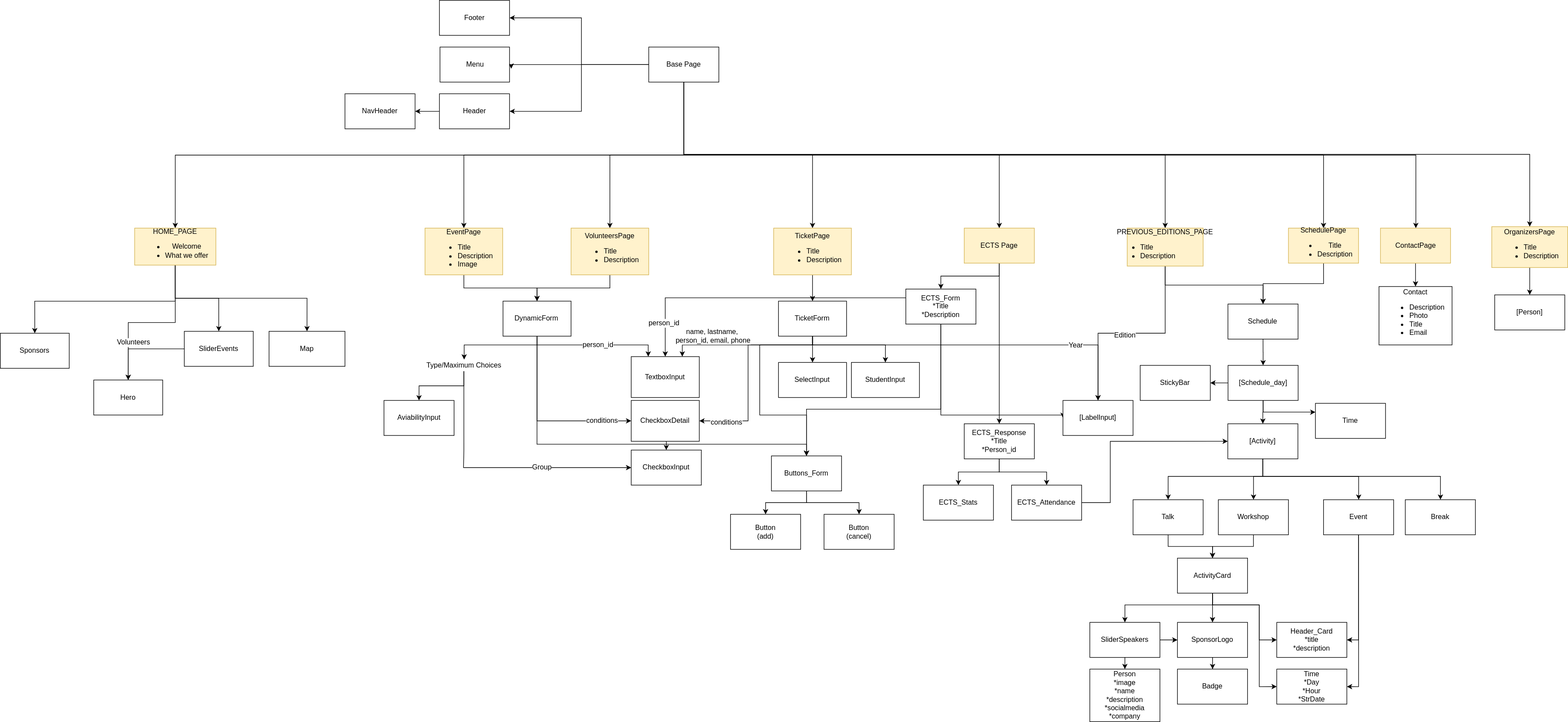
The draw.io diagram docs/components/components.svg in DA-ETSIINF/tryit-frontend, before a commit. Source tidied: cells renumbered, new cells last; positions are measured from the earlier drawing's top-left corner, leaving out a move shared by most shapes.
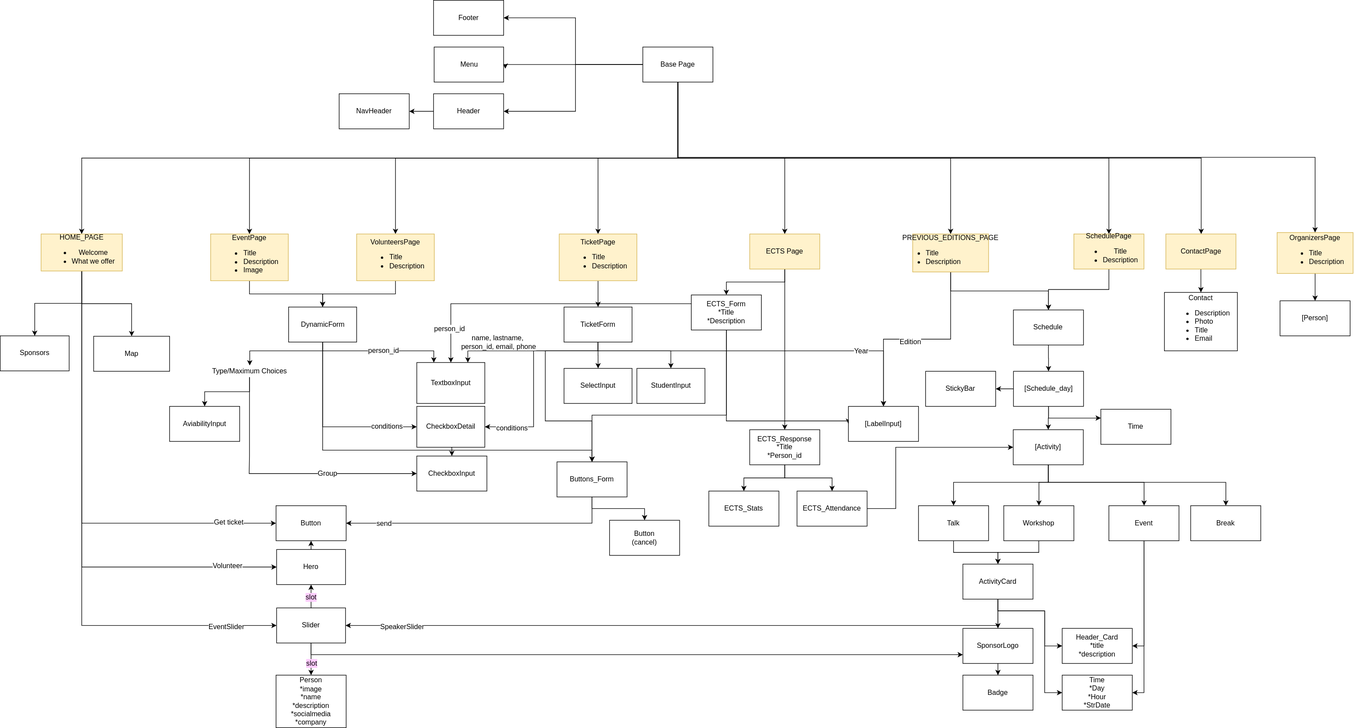
The same file after the commit.

Diff of the diagram source:
```diff
@@ -66,87 +66,103 @@
     </mxCell>
     <mxCell id="16" style="edgeStyle=orthogonalEdgeStyle;rounded=0;jettySize=auto;html=1;entryX=1.025;entryY=0.617;entryDx=0;entryDy=0;entryPerimeter=0;" parent="1" edge="1" target="27">
       <mxGeometry relative="1" as="geometry">
-        <mxPoint x="1117.7" y="110" as="sourcePoint" />
+        <mxPoint x="1474.7" y="100" as="sourcePoint" />
         <Array as="points">
-          <mxPoint x="874.7" y="110" />
+          <mxPoint x="1231.7" y="100" />
         </Array>
       </mxGeometry>
     </mxCell>
     <mxCell id="17" style="edgeStyle=orthogonalEdgeStyle;rounded=0;jettySize=auto;html=1;entryX=1;entryY=0.5;entryDx=0;entryDy=0;" parent="1" edge="1" target="25">
       <mxGeometry relative="1" as="geometry">
-        <mxPoint x="1117.7" y="110" as="sourcePoint" />
+        <mxPoint x="1474.7" y="100" as="sourcePoint" />
         <Array as="points">
-          <mxPoint x="994.7" y="110" />
-          <mxPoint x="994.7" y="30" />
+          <mxPoint x="1351.7" y="100" />
+          <mxPoint x="1351.7" y="20" />
         </Array>
       </mxGeometry>
     </mxCell>
     <mxCell id="18" style="edgeStyle=orthogonalEdgeStyle;rounded=0;jettySize=auto;html=1;entryX=1;entryY=0.5;entryDx=0;entryDy=0;" parent="1" edge="1" target="29">
       <mxGeometry relative="1" as="geometry">
-        <mxPoint x="1117.7" y="110" as="sourcePoint" />
+        <mxPoint x="1474.7" y="100" as="sourcePoint" />
         <Array as="points">
-          <mxPoint x="994.7" y="110" />
-          <mxPoint x="994.7" y="190" />
+          <mxPoint x="1351.7" y="100" />
+          <mxPoint x="1351.7" y="180" />
         </Array>
       </mxGeometry>
     </mxCell>
+    <mxCell id="21" style="edgeStyle=orthogonalEdgeStyle;rounded=0;jettySize=auto;html=1;exitX=0.5;exitY=1;exitDx=0;exitDy=0;entryX=0.5;entryY=0;entryDx=0;entryDy=0;" parent="1" edge="1" source="24" target="34">
+      <mxGeometry relative="1" as="geometry" />
+    </mxCell>
+    <mxCell id="20" style="edgeStyle=orthogonalEdgeStyle;rounded=0;jettySize=auto;html=1;exitX=0.5;exitY=1;exitDx=0;exitDy=0;entryX=0;entryY=0.5;entryDx=0;entryDy=0;" parent="1" edge="1" source="24" target="33">
+      <mxGeometry relative="1" as="geometry" />
+    </mxCell>
+    <mxCell id="135" value="EventSlider" style="text;html=1;align=center;verticalAlign=middle;labelBackgroundColor=#ffffff;" parent="20" vertex="1">
+      <mxGeometry x="0.82" y="-2" relative="1" as="geometry" />
+    </mxCell>
+    <mxCell id="22" style="edgeStyle=orthogonalEdgeStyle;rounded=0;jettySize=auto;html=1;exitX=0.5;exitY=1;exitDx=0;exitDy=0;entryX=0;entryY=0.5;entryDx=0;entryDy=0;" parent="1" edge="1" source="24" target="35">
+      <mxGeometry relative="1" as="geometry" />
+    </mxCell>
+    <mxCell id="136" value="Volunteer" style="text;html=1;align=center;verticalAlign=middle;labelBackgroundColor=#ffffff;" parent="22" vertex="1">
+      <mxGeometry x="0.8" y="3" relative="1" as="geometry" />
+    </mxCell>
+    <mxCell id="137" style="edgeStyle=orthogonalEdgeStyle;rounded=0;jettySize=auto;html=1;exitX=0.5;exitY=1;exitDx=0;exitDy=0;entryX=0;entryY=0.5;entryDx=0;entryDy=0;" parent="1" edge="1" source="24" target="133">
+      <mxGeometry relative="1" as="geometry" />
+    </mxCell>
+    <mxCell id="138" value="Get ticket" style="text;html=1;align=center;verticalAlign=middle;labelBackgroundColor=#ffffff;" parent="137" vertex="1">
+      <mxGeometry x="0.79" y="2" relative="1" as="geometry" />
+    </mxCell>
-    <mxCell id="19" style="edgeStyle=orthogonalEdgeStyle;rounded=0;jettySize=auto;html=1;exitX=0.5;exitY=1;exitDx=0;exitDy=0;entryX=0.5;entryY=0;entryDx=0;entryDy=0;" parent="1" edge="1" source="24" target="31">
-      <mxGeometry relative="1" as="geometry">
-        <Array as="points">
-          <mxPoint x="299" y="515" />
-          <mxPoint x="59" y="515" />
-        </Array>
-      </mxGeometry>
+    <mxCell id="19" style="edgeStyle=orthogonalEdgeStyle;rounded=0;jettySize=auto;html=1;exitX=0.5;exitY=1;exitDx=0;exitDy=0;" parent="1" edge="1" source="24" target="31">
+      <mxGeometry relative="1" as="geometry" />
     </mxCell>
-    <mxCell id="20" style="edgeStyle=orthogonalEdgeStyle;rounded=0;jettySize=auto;html=1;exitX=0.5;exitY=1;exitDx=0;exitDy=0;entryX=0.5;entryY=0;entryDx=0;entryDy=0;" parent="1" edge="1" source="24" target="33">
-      <mxGeometry relative="1" as="geometry" />
-    </mxCell>
-    <mxCell id="21" style="edgeStyle=orthogonalEdgeStyle;rounded=0;jettySize=auto;html=1;exitX=0.5;exitY=1;exitDx=0;exitDy=0;entryX=0.5;entryY=0;entryDx=0;entryDy=0;" parent="1" edge="1" source="24" target="34">
-      <mxGeometry relative="1" as="geometry" />
-    </mxCell>
-    <mxCell id="22" style="edgeStyle=orthogonalEdgeStyle;rounded=0;jettySize=auto;html=1;exitX=0.5;exitY=1;exitDx=0;exitDy=0;entryX=0.5;entryY=0;entryDx=0;entryDy=0;" parent="1" edge="1" source="24" target="35">
-      <mxGeometry relative="1" as="geometry" />
-    </mxCell>
-    <mxCell id="23" value="Volunteers" style="text;html=1;align=center;verticalAlign=middle;labelBackgroundColor=#ffffff;rotation=0;" parent="22" vertex="1">
-      <mxGeometry x="-0.3" y="-33" relative="1" as="geometry">
-        <mxPoint x="-39.5" y="35.5" as="offset" />
-      </mxGeometry>
-    </mxCell>
     <mxCell id="24" value="HOME_PAGE&lt;br&gt;&lt;ul&gt;&lt;li&gt;Welcome&lt;/li&gt;&lt;li&gt;What we offer&lt;/li&gt;&lt;/ul&gt;" style="rounded=0;whiteSpace=wrap;html=1;fillColor=#fff2cc;strokeColor=#d6b656;" parent="1" vertex="1">
-      <mxGeometry x="230" y="390" width="139" height="63.3" as="geometry" />
+      <mxGeometry x="436.8" y="390" width="139" height="63.3" as="geometry" />
     </mxCell>
     <mxCell id="25" style="rounded=0;whiteSpace=wrap;html=1;" parent="1" vertex="1">
-      <mxGeometry x="751.7" width="120" height="60" as="geometry" />
+      <mxGeometry x="1108.7" y="-10" width="120" height="60" as="geometry" />
     </mxCell>
     <mxCell id="26" value="Footer" style="text;html=1;strokeColor=none;fillColor=none;align=center;verticalAlign=middle;whiteSpace=wrap;rounded=0;" parent="1" vertex="1">
-      <mxGeometry x="791.7" y="20" width="40" height="20" as="geometry" />
+      <mxGeometry x="1148.7" y="10" width="40" height="20" as="geometry" />
     </mxCell>
     <mxCell id="27" style="rounded=0;whiteSpace=wrap;html=1;" parent="1" vertex="1">
-      <mxGeometry x="752.7" y="80" width="119" height="60" as="geometry" />
+      <mxGeometry x="1109.7" y="70" width="119" height="60" as="geometry" />
     </mxCell>
     <mxCell id="28" value="Menu" style="text;html=1;strokeColor=none;fillColor=none;align=center;verticalAlign=middle;whiteSpace=wrap;rounded=0;" parent="1" vertex="1">
-      <mxGeometry x="792.7" y="100" width="40" height="20" as="geometry" />
+      <mxGeometry x="1149.7" y="90" width="40" height="20" as="geometry" />
     </mxCell>
     <mxCell id="29" style="rounded=0;whiteSpace=wrap;html=1;" parent="1" vertex="1">
-      <mxGeometry x="751.7" y="160" width="120" height="60" as="geometry" />
+      <mxGeometry x="1108.7" y="150" width="120" height="60" as="geometry" />
     </mxCell>
     <mxCell id="30" value="Header" style="text;html=1;strokeColor=none;fillColor=none;align=center;verticalAlign=middle;whiteSpace=wrap;rounded=0;" parent="1" vertex="1">
-      <mxGeometry x="791.7" y="180" width="40" height="20" as="geometry" />
+      <mxGeometry x="1148.7" y="170" width="40" height="20" as="geometry" />
     </mxCell>
     <mxCell id="31" value="Sponsors" style="rounded=0;whiteSpace=wrap;html=1;" parent="1" vertex="1">
-      <mxGeometry y="570" width="118" height="60" as="geometry" />
+      <mxGeometry x="366.8" y="564.3" width="118" height="60" as="geometry" />
     </mxCell>
-    <mxCell id="32" style="edgeStyle=orthogonalEdgeStyle;rounded=0;jettySize=auto;html=1;exitX=0;exitY=0.5;exitDx=0;exitDy=0;entryX=0.5;entryY=0;entryDx=0;entryDy=0;" parent="1" edge="1" source="33" target="35">
+    <mxCell id="32" style="edgeStyle=orthogonalEdgeStyle;rounded=0;jettySize=auto;html=1;exitX=0.5;exitY=0;exitDx=0;exitDy=0;entryX=0.5;entryY=1;entryDx=0;entryDy=0;" parent="1" edge="1" source="33" target="35">
       <mxGeometry relative="1" as="geometry" />
     </mxCell>
+    <mxCell id="139" style="edgeStyle=orthogonalEdgeStyle;rounded=0;jettySize=auto;html=1;exitX=0.5;exitY=1;exitDx=0;exitDy=0;entryX=0;entryY=0.75;entryDx=0;entryDy=0;" parent="1" edge="1" source="33" target="64">
+      <mxGeometry relative="1" as="geometry" />
+    </mxCell>
+    <mxCell id="140" style="edgeStyle=orthogonalEdgeStyle;rounded=0;jettySize=auto;html=1;exitX=0.5;exitY=1;exitDx=0;exitDy=0;entryX=0.5;entryY=0;entryDx=0;entryDy=0;" parent="1" edge="1" source="33" target="67">
+      <mxGeometry relative="1" as="geometry" />
+    </mxCell>
+    <mxCell id="141" value="slot" style="text;html=1;align=center;verticalAlign=middle;labelBackgroundColor=#FFCCFF;" parent="140" vertex="1">
+      <mxGeometry x="0.32" y="-1" relative="1" as="geometry">
+        <mxPoint x="1" y="-1.2" as="offset" />
+      </mxGeometry>
+    </mxCell>
-    <mxCell id="33" value="SliderEvents" style="rounded=0;whiteSpace=wrap;html=1;" parent="1" vertex="1">
-      <mxGeometry x="315" y="566.7" width="118" height="60" as="geometry" />
+    <mxCell id="33" value="Slider" style="rounded=0;whiteSpace=wrap;html=1;" parent="1" vertex="1">
+      <mxGeometry x="840" y="1030" width="118" height="60" as="geometry" />
     </mxCell>
     <mxCell id="34" value="Map" style="rounded=0;whiteSpace=wrap;html=1;" parent="1" vertex="1">
-      <mxGeometry x="460" y="566.7" width="130" height="60" as="geometry" />
+      <mxGeometry x="526.8" y="565" width="130" height="60" as="geometry" />
     </mxCell>
+    <mxCell id="142" style="edgeStyle=orthogonalEdgeStyle;rounded=0;jettySize=auto;html=1;exitX=0.5;exitY=0;exitDx=0;exitDy=0;entryX=0.5;entryY=1;entryDx=0;entryDy=0;" parent="1" edge="1" source="35" target="133">
+      <mxGeometry relative="1" as="geometry" />
+    </mxCell>
     <mxCell id="35" value="Hero" style="rounded=0;whiteSpace=wrap;html=1;" parent="1" vertex="1">
-      <mxGeometry x="160" y="650" width="118" height="60" as="geometry" />
+      <mxGeometry x="840" y="930" width="118" height="60" as="geometry" />
     </mxCell>
     <mxCell id="36" style="edgeStyle=orthogonalEdgeStyle;rounded=0;jettySize=auto;html=1;exitX=0.5;exitY=1;exitDx=0;exitDy=0;entryX=0.5;entryY=0;entryDx=0;entryDy=0;" parent="1" edge="1" source="38" target="43">
       <mxGeometry relative="1" as="geometry" />
@@ -262,15 +278,6 @@
     <mxCell id="59" value="Workshop" style="rounded=0;whiteSpace=wrap;html=1;" parent="1" vertex="1">
       <mxGeometry x="2085" y="855" width="120" height="60" as="geometry" />
     </mxCell>
-    <mxCell id="60" style="edgeStyle=orthogonalEdgeStyle;rounded=0;jettySize=auto;html=1;exitX=0.5;exitY=1;exitDx=0;exitDy=0;entryX=0.5;entryY=0;entryDx=0;entryDy=0;" parent="1" edge="1" source="62" target="67">
-      <mxGeometry relative="1" as="geometry" />
-    </mxCell>
-    <mxCell id="61" style="edgeStyle=orthogonalEdgeStyle;rounded=0;jettySize=auto;html=1;" parent="1" edge="1" source="62" target="64">
-      <mxGeometry relative="1" as="geometry" />
-    </mxCell>
-    <mxCell id="62" value="SliderSpeakers" style="rounded=0;whiteSpace=wrap;html=1;" parent="1" vertex="1">
-      <mxGeometry x="1865" y="1065" width="120" height="60" as="geometry" />
-    </mxCell>
     <mxCell id="63" style="edgeStyle=orthogonalEdgeStyle;rounded=0;jettySize=auto;html=1;exitX=0.5;exitY=1;exitDx=0;exitDy=0;" parent="1" edge="1" source="64" target="66">
       <mxGeometry relative="1" as="geometry" />
     </mxCell>
@@ -284,7 +291,7 @@
       <mxGeometry x="2015" y="1145" width="120" height="60" as="geometry" />
     </mxCell>
     <mxCell id="67" value="Person&lt;br&gt;*image&lt;br&gt;*name&lt;br&gt;*description&lt;br&gt;*socialmedia&lt;br&gt;*company" style="rounded=0;whiteSpace=wrap;html=1;" parent="1" vertex="1">
-      <mxGeometry x="1865" y="1145" width="120" height="90" as="geometry" />
+      <mxGeometry x="839" y="1145" width="120" height="90" as="geometry" />
     </mxCell>
     <mxCell id="68" value="Time&lt;br&gt;*Day&lt;br&gt;*Hour&lt;br&gt;*StrDate" style="rounded=0;whiteSpace=wrap;html=1;" parent="1" vertex="1">
       <mxGeometry x="2185" y="1145" width="120" height="60" as="geometry" />
@@ -362,7 +369,7 @@
       <mxGeometry x="1819" y="685" width="120" height="60" as="geometry" />
     </mxCell>
     <mxCell id="91" value="NavHeader" style="rounded=0;whiteSpace=wrap;html=1;" parent="1" vertex="1">
-      <mxGeometry x="590" y="160" width="120" height="60" as="geometry" />
+      <mxGeometry x="947" y="150" width="120" height="60" as="geometry" />
     </mxCell>
     <mxCell id="92" style="edgeStyle=orthogonalEdgeStyle;rounded=0;jettySize=auto;html=1;exitX=0.5;exitY=1;exitDx=0;exitDy=0;entryX=0.5;entryY=0;entryDx=0;entryDy=0;" parent="1" edge="1" source="101" target="89">
       <mxGeometry relative="1" as="geometry" />
@@ -373,8 +380,8 @@
     <mxCell id="94" style="edgeStyle=orthogonalEdgeStyle;rounded=0;jettySize=auto;html=1;exitX=0.5;exitY=1;exitDx=0;exitDy=0;" parent="1" edge="1" source="101" target="81">
       <mxGeometry relative="1" as="geometry">
         <Array as="points">
-          <mxPoint x="1170" y="265" />
-          <mxPoint x="2423" y="265" />
+          <mxPoint x="1527" y="260" />
+          <mxPoint x="2423" y="260" />
         </Array>
       </mxGeometry>
     </mxCell>
@@ -394,10 +401,15 @@
       <mxGeometry relative="1" as="geometry" />
     </mxCell>
     <mxCell id="100" style="edgeStyle=orthogonalEdgeStyle;rounded=0;jettySize=auto;html=1;exitX=0.5;exitY=1;exitDx=0;exitDy=0;entryX=0.5;entryY=0;entryDx=0;entryDy=0;" parent="1" edge="1" source="101" target="24">
-      <mxGeometry relative="1" as="geometry" />
+      <mxGeometry relative="1" as="geometry">
+        <Array as="points">
+          <mxPoint x="1527" y="260" />
+          <mxPoint x="506" y="260" />
+        </Array>
+      </mxGeometry>
     </mxCell>
     <mxCell id="101" value="Base Page" style="rounded=0;whiteSpace=wrap;html=1;" parent="1" vertex="1">
-      <mxGeometry x="1110" y="80" width="120" height="60" as="geometry" />
+      <mxGeometry x="1467" y="70" width="120" height="60" as="geometry" />
     </mxCell>
     <mxCell id="102" style="edgeStyle=orthogonalEdgeStyle;rounded=0;jettySize=auto;html=1;exitX=0.5;exitY=1;exitDx=0;exitDy=0;entryX=0.5;entryY=0;entryDx=0;entryDy=0;" parent="1" edge="1" source="103" target="9">
       <mxGeometry relative="1" as="geometry" />
@@ -414,14 +426,6 @@
     <mxCell id="106" style="edgeStyle=orthogonalEdgeStyle;rounded=0;jettySize=auto;html=1;exitX=0.5;exitY=1;exitDx=0;exitDy=0;entryX=0.5;entryY=0;entryDx=0;entryDy=0;" parent="1" edge="1" source="110" target="64">
       <mxGeometry relative="1" as="geometry" />
     </mxCell>
-    <mxCell id="107" style="edgeStyle=orthogonalEdgeStyle;rounded=0;jettySize=auto;html=1;exitX=0.5;exitY=1;exitDx=0;exitDy=0;entryX=0.5;entryY=0;entryDx=0;entryDy=0;" parent="1" edge="1" source="110" target="62">
-      <mxGeometry relative="1" as="geometry">
-        <Array as="points">
-          <mxPoint x="2075" y="1035" />
-          <mxPoint x="1925" y="1035" />
-        </Array>
-      </mxGeometry>
-    </mxCell>
     <mxCell id="108" style="edgeStyle=orthogonalEdgeStyle;rounded=0;jettySize=auto;html=1;exitX=0.5;exitY=1;exitDx=0;exitDy=0;entryX=0;entryY=0.5;entryDx=0;entryDy=0;" parent="1" edge="1" source="110" target="69">
       <mxGeometry relative="1" as="geometry">
         <Array as="points">
@@ -440,6 +444,12 @@
         </Array>
       </mxGeometry>
     </mxCell>
+    <mxCell id="143" style="edgeStyle=orthogonalEdgeStyle;rounded=0;jettySize=auto;html=1;exitX=0.5;exitY=1;exitDx=0;exitDy=0;entryX=1;entryY=0.5;entryDx=0;entryDy=0;" parent="1" edge="1" source="110" target="33">
+      <mxGeometry relative="1" as="geometry" />
+    </mxCell>
+    <mxCell id="144" value="SpeakerSlider" style="text;html=1;align=center;verticalAlign=middle;labelBackgroundColor=#ffffff;" parent="143" vertex="1">
+      <mxGeometry x="0.83" y="2" relative="1" as="geometry" />
+    </mxCell>
     <mxCell id="110" value="ActivityCard" style="rounded=0;whiteSpace=wrap;html=1;" parent="1" vertex="1">
       <mxGeometry x="2015" y="955" width="120" height="60" as="geometry" />
     </mxCell>
@@ -527,9 +537,14 @@
     <mxCell id="128" value="TextboxInput&lt;br&gt;" style="rounded=0;whiteSpace=wrap;html=1;" parent="1" vertex="1">
       <mxGeometry x="1080" y="610" width="116.5" height="70" as="geometry" />
     </mxCell>
-    <mxCell id="129" style="edgeStyle=orthogonalEdgeStyle;rounded=0;jettySize=auto;html=1;exitX=0.5;exitY=1;exitDx=0;exitDy=0;" parent="1" edge="1" source="131" target="133">
+    <mxCell id="129" style="edgeStyle=orthogonalEdgeStyle;rounded=0;jettySize=auto;html=1;exitX=0.5;exitY=1;exitDx=0;exitDy=0;entryX=1;entryY=0.5;entryDx=0;entryDy=0;" parent="1" edge="1" source="131" target="133">
       <mxGeometry relative="1" as="geometry" />
     </mxCell>
+    <mxCell id="145" value="send" style="text;html=1;align=center;verticalAlign=middle;labelBackgroundColor=#ffffff;" parent="129" vertex="1">
+      <mxGeometry x="0.7" y="4" relative="1" as="geometry">
+        <mxPoint x="-4" y="-4" as="offset" />
+      </mxGeometry>
+    </mxCell>
     <mxCell id="130" style="edgeStyle=orthogonalEdgeStyle;rounded=0;jettySize=auto;html=1;exitX=0.5;exitY=1;exitDx=0;exitDy=0;" parent="1" edge="1" source="131" target="132">
       <mxGeometry relative="1" as="geometry" />
     </mxCell>
@@ -539,11 +554,16 @@
     <mxCell id="132" value="Button&lt;br&gt;(cancel)" style="rounded=0;whiteSpace=wrap;html=1;" parent="1" vertex="1">
       <mxGeometry x="1410" y="880" width="120" height="60" as="geometry" />
     </mxCell>
-    <mxCell id="133" value="Button&lt;br&gt;(add)" style="rounded=0;whiteSpace=wrap;html=1;" parent="1" vertex="1">
-      <mxGeometry x="1250" y="880" width="120" height="60" as="geometry" />
+    <mxCell id="133" value="Button" style="rounded=0;whiteSpace=wrap;html=1;" parent="1" vertex="1">
+      <mxGeometry x="839" y="855" width="120" height="60" as="geometry" />
     </mxCell>
     <mxCell id="134" value="&lt;span style=&quot;background-color: rgb(255 , 255 , 255)&quot;&gt;name, lastname,&amp;nbsp;&lt;/span&gt;&lt;br&gt;&lt;span style=&quot;background-color: rgb(255 , 255 , 255)&quot;&gt;person_id, email, phone&lt;/span&gt;" style="text;html=1;align=center;verticalAlign=middle;" parent="1" vertex="1">
       <mxGeometry x="1150" y="560" width="140" height="30" as="geometry" />
     </mxCell>
+    <mxCell id="146" value="slot" style="text;html=1;align=center;verticalAlign=middle;labelBackgroundColor=#FFCCFF;" parent="1" vertex="1">
+      <mxGeometry x="909" y="1140" as="geometry">
+        <mxPoint x="-11" y="-128.2" as="offset" />
+      </mxGeometry>
+    </mxCell>
   </root>
 </mxGraphModel>
```
